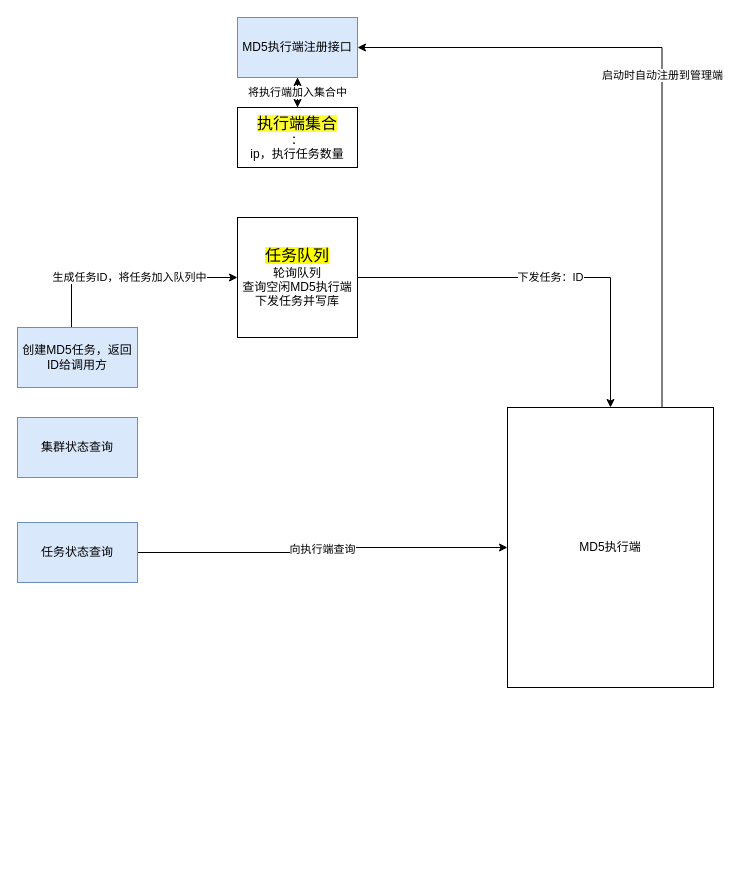
Earlier version of the draw.io diagram page "MD5管理端" (2 of 3) of md5.drawio (yzykami/MD5_draw). Source tidied: cells renumbered, new cells numbered last; positions are measured from the earlier drawing's top-left corner, leaving out a move shared by most shapes. Both pictures are drawn from the tidied source at 100%, with x=0, y=0 at pixel (17, 17).
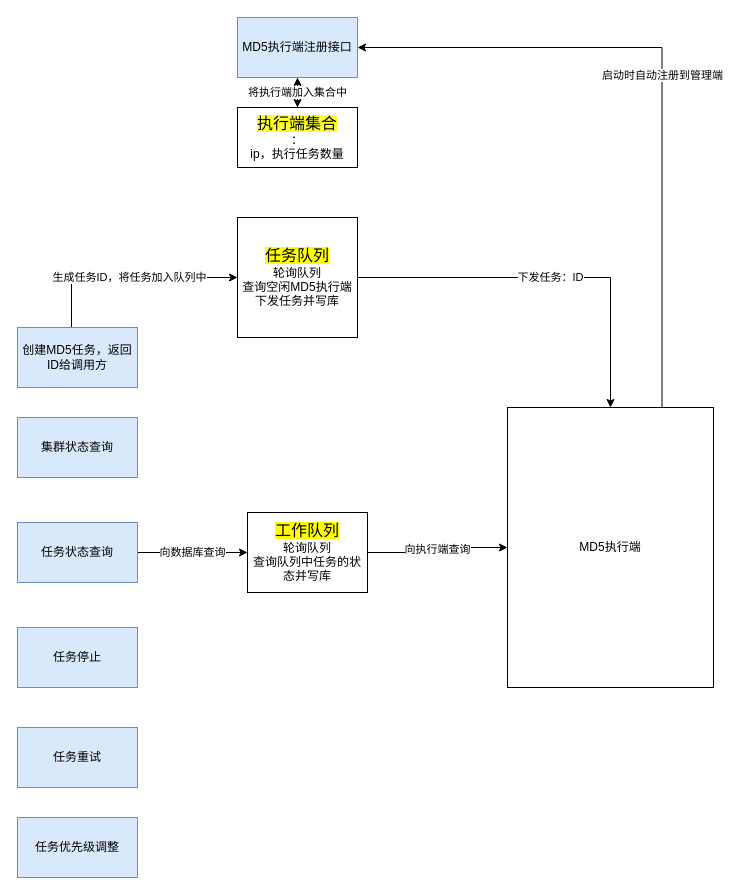
Above is the later version.

The change refers to these unchanged cells:
```xml
<mxCell id="7" value="MD5执行端" style="rounded=0;whiteSpace=wrap;html=1;" parent="1" vertex="1">
  <mxGeometry x="490" y="390" width="206" height="280" as="geometry" />
</mxCell>
<mxCell id="14" value="任务状态查询" style="rounded=0;whiteSpace=wrap;html=1;fillColor=#dae8fc;strokeColor=#6c8ebf;" parent="1" vertex="1">
  <mxGeometry y="505" width="120" height="60" as="geometry" />
</mxCell>
```

Diff of the diagram source:
```diff
@@
-    <mxCell id="13" value="向执行端查询" style="edgeStyle=orthogonalEdgeStyle;rounded=0;jettySize=auto;html=1;" parent="1" edge="1" source="14" target="7">
+    <mxCell id="13" value="向数据库查询" style="edgeStyle=orthogonalEdgeStyle;rounded=0;jettySize=auto;html=1;entryX=0;entryY=0.5;entryDx=0;entryDy=0;" parent="1" edge="1" source="14" target="16">
       <mxGeometry relative="1" as="geometry" />
     </mxCell>
@@
+    <mxCell id="15" value="向执行端查询" style="edgeStyle=orthogonalEdgeStyle;rounded=0;jettySize=auto;html=1;exitX=1;exitY=0.5;exitDx=0;exitDy=0;entryX=0;entryY=0.5;entryDx=0;entryDy=0;" parent="1" edge="1" source="16" target="7">
+      <mxGeometry relative="1" as="geometry">
+        <Array as="points">
+          <mxPoint x="420" y="535" />
+          <mxPoint x="420" y="530" />
+        </Array>
+      </mxGeometry>
+    </mxCell>
+    <mxCell id="16" value="&lt;font style=&quot;font-size: 16px ; background-color: rgb(255 , 255 , 0)&quot;&gt;工作队列&lt;/font&gt;&lt;br&gt;&lt;span&gt;轮询队列&lt;/span&gt;&lt;br&gt;&lt;span&gt;查询队列中任务的状态并写库&lt;/span&gt;" style="rounded=0;whiteSpace=wrap;html=1;" parent="1" vertex="1">
+      <mxGeometry x="230" y="495" width="120" height="80" as="geometry" />
+    </mxCell>
+    <mxCell id="17" value="任务停止" style="rounded=0;whiteSpace=wrap;html=1;fillColor=#dae8fc;strokeColor=#6c8ebf;" parent="1" vertex="1">
+      <mxGeometry y="610" width="120" height="60" as="geometry" />
+    </mxCell>
+    <mxCell id="18" value="任务重试" style="rounded=0;whiteSpace=wrap;html=1;fillColor=#dae8fc;strokeColor=#6c8ebf;" parent="1" vertex="1">
+      <mxGeometry y="710" width="120" height="60" as="geometry" />
+    </mxCell>
+    <mxCell id="19" value="任务优先级调整" style="rounded=0;whiteSpace=wrap;html=1;fillColor=#dae8fc;strokeColor=#6c8ebf;" parent="1" vertex="1">
+      <mxGeometry y="800" width="120" height="60" as="geometry" />
+    </mxCell>
```
